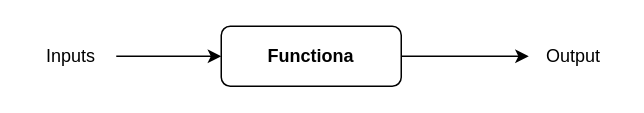
This is page "Page-1" (1 of 4) of Tutorial - Kotlin/Kotlin Tutorial For Beginners/Kotlin Tutorial For Beginners - 01 Hello World.drawio from rzrasel/temp-and-app, a draw.io file, before an edit. Source tidied: cells renumbered, new cells numbered last; positions are measured from the earlier drawing's top-left corner, leaving out a move shared by most shapes. Both pictures are drawn from the tidied source at 150%, with x=0, y=0 at pixel (26, 26).
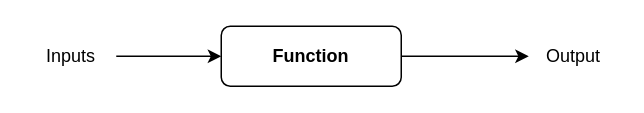
After the change.

What changed in the source:
```diff
@@
 <mxGraphModel>
   <root>
     <mxCell id="0" />
     <mxCell id="1" parent="0" />
     <mxCell id="2" style="edgeStyle=orthogonalEdgeStyle;rounded=0;jettySize=auto;html=1;" parent="1" edge="1" source="3" target="6">
       <mxGeometry relative="1" as="geometry" />
     </mxCell>
-    <mxCell id="3" value="Functiona" style="rounded=1;whiteSpace=wrap;html=1;fontStyle=1;fontSize=12;" parent="1" vertex="1">
+    <mxCell id="3" value="Function" style="rounded=1;whiteSpace=wrap;html=1;fontStyle=1;fontSize=12;" parent="1" vertex="1">
       <mxGeometry x="130" width="120" height="40" as="geometry" />
     </mxCell>
     <mxCell id="4" style="edgeStyle=orthogonalEdgeStyle;rounded=0;jettySize=auto;html=1;" parent="1" edge="1" source="5" target="3">
       <mxGeometry relative="1" as="geometry" />
     </mxCell>
     <mxCell id="5" value="Inputs" style="text;html=1;strokeColor=none;fillColor=none;align=center;verticalAlign=middle;whiteSpace=wrap;rounded=0;" parent="1" vertex="1">
       <mxGeometry y="5" width="60" height="30" as="geometry" />
     </mxCell>
     <mxCell id="6" value="Output" style="text;html=1;strokeColor=none;fillColor=none;align=center;verticalAlign=middle;whiteSpace=wrap;rounded=0;" parent="1" vertex="1">
       <mxGeometry x="335" y="5" width="60" height="30" as="geometry" />
     </mxCell>
   </root>
 </mxGraphModel>
```
